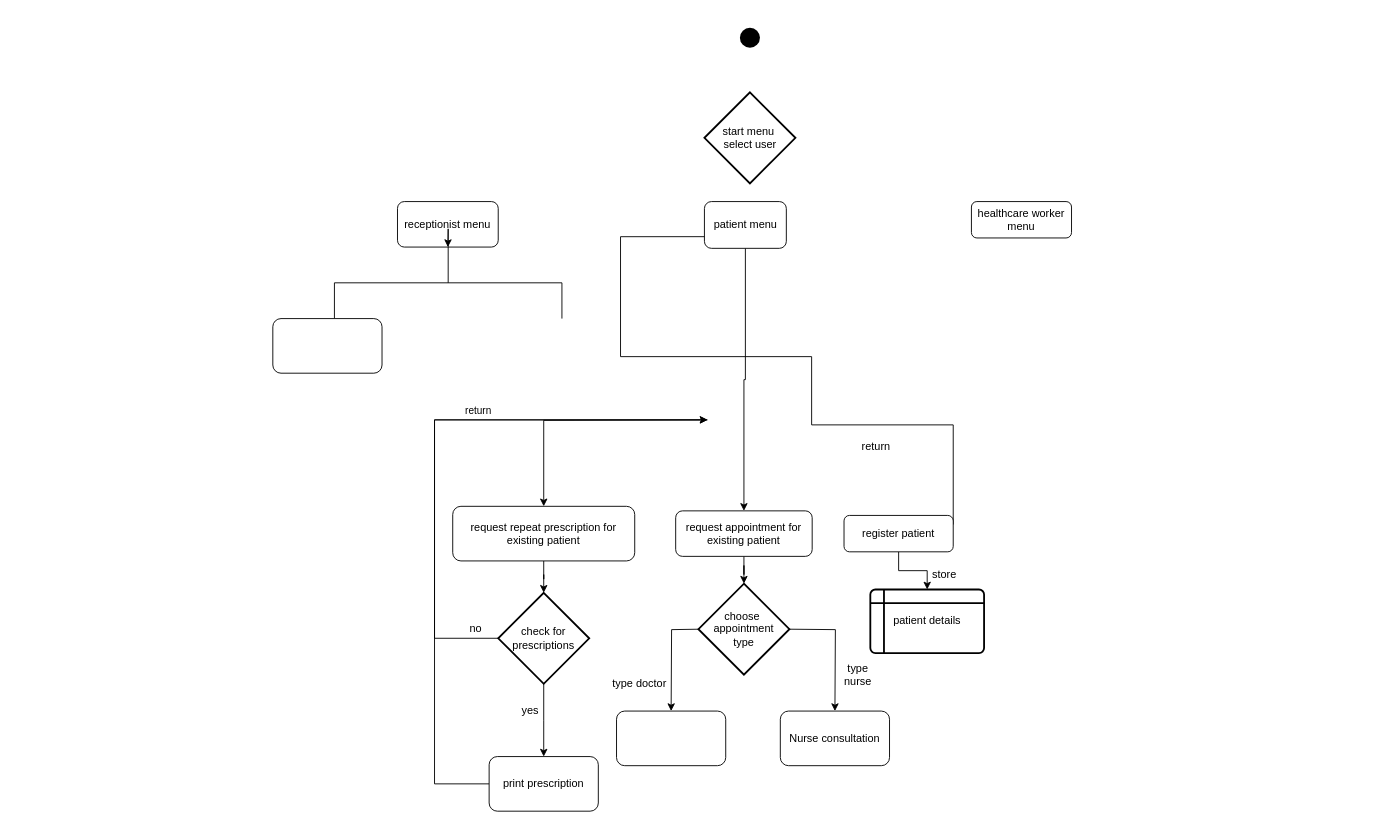
Richard-A-llen/Python keeps this draw.io diagram as Untitled Diagram.drawio. Above is the earlier version. Source tidied: cells renumbered, new cells numbered last; positions are measured from the earlier drawing's top-left corner, leaving out a move shared by most shapes. Both pictures are drawn from the tidied source at 91%, with x=0, y=0 at pixel (272, 19).
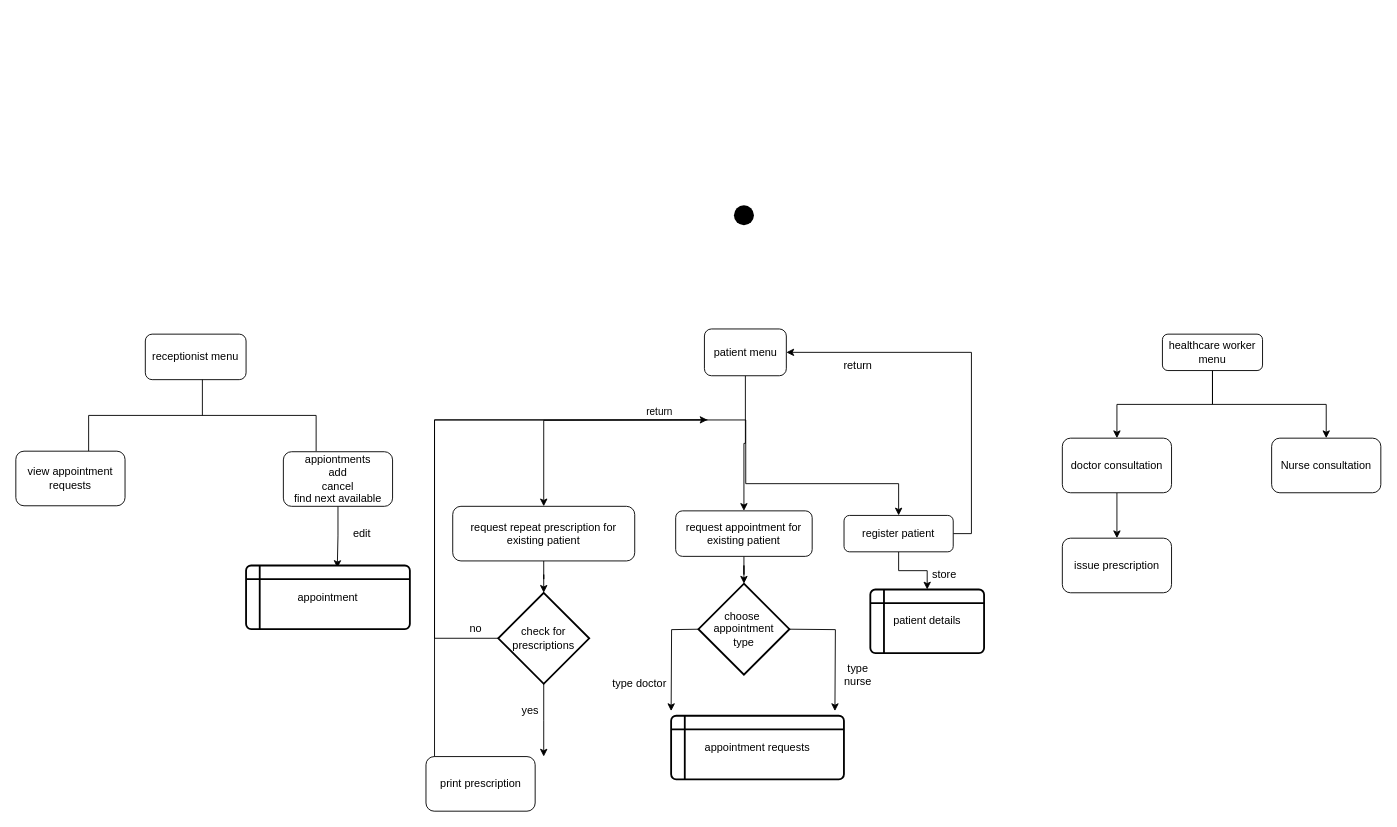
The same page after the edit.

Unchanged cells that the change refers to:
```xml
<mxCell id="4" value="register patient" style="rounded=1;whiteSpace=wrap;html=1;fontSize=12;glass=0;strokeWidth=1;shadow=0;" parent="1" vertex="1">
  <mxGeometry x="628" y="544.9" width="120" height="40" as="geometry" />
</mxCell>
<mxCell id="15" value="patient details" style="shape=internalStorage;whiteSpace=wrap;html=1;dx=15;dy=15;rounded=1;arcSize=8;strokeWidth=2;" parent="1" vertex="1">
  <mxGeometry x="656.9" y="626.3" width="125" height="70" as="geometry" />
</mxCell>
```

What changed in the source:
```diff
@@
+    <mxCell id="3" style="edgeStyle=orthogonalEdgeStyle;rounded=0;jettySize=auto;html=1;exitX=0.5;exitY=1;exitDx=0;exitDy=0;entryX=0.5;entryY=0;entryDx=0;entryDy=0;" parent="1" edge="1" source="4" target="15">
+      <mxGeometry relative="1" as="geometry" />
+    </mxCell>
-    <mxCell id="2" style="edgeStyle=orthogonalEdgeStyle;rounded=0;jettySize=auto;html=1;exitX=1;exitY=0.25;exitDx=0;exitDy=0;entryX=1;entryY=0.75;entryDx=0;entryDy=0;" parent="1" edge="1" source="4" target="29">
-      <mxGeometry relative="1" as="geometry">
-        <Array as="points">
-          <mxPoint x="592.4" y="445.4" />
-          <mxPoint x="592.4" y="370.4" />
-          <mxPoint x="382.4" y="370.4" />
-        </Array>
-      </mxGeometry>
+    <mxCell id="2" style="edgeStyle=orthogonalEdgeStyle;rounded=0;jettySize=auto;html=1;exitX=1;exitY=0.5;exitDx=0;exitDy=0;entryX=1;entryY=0.5;entryDx=0;entryDy=0;" parent="1" edge="1" source="4" target="29">
+      <mxGeometry relative="1" as="geometry" />
     </mxCell>
-    <mxCell id="3" style="edgeStyle=orthogonalEdgeStyle;rounded=0;jettySize=auto;html=1;exitX=0.5;exitY=1;exitDx=0;exitDy=0;entryX=0.5;entryY=0;entryDx=0;entryDy=0;" parent="1" edge="1" source="4" target="15">
-      <mxGeometry relative="1" as="geometry" />
-    </mxCell>
@@
     <mxCell id="7" value="Nurse consultation" style="rounded=1;whiteSpace=wrap;html=1;" parent="1" vertex="1">
-      <mxGeometry x="558" y="759.9" width="120" height="60" as="geometry" />
+      <mxGeometry x="1097.9" y="460" width="120" height="60" as="geometry" />
     </mxCell>
@@
+    <mxCell id="37" style="edgeStyle=orthogonalEdgeStyle;rounded=0;jettySize=auto;html=1;exitX=0.5;exitY=1;exitDx=0;exitDy=0;entryX=0.5;entryY=0;entryDx=0;entryDy=0;" parent="1" edge="1" source="10" target="44">
+      <mxGeometry relative="1" as="geometry" />
+    </mxCell>
-    <mxCell id="10" style="rounded=1;whiteSpace=wrap;html=1;" parent="1" vertex="1">
-      <mxGeometry x="378" y="759.9" width="120" height="60" as="geometry" />
+    <mxCell id="10" value="doctor consultation" style="rounded=1;whiteSpace=wrap;html=1;" parent="1" vertex="1">
+      <mxGeometry x="867.9" y="460" width="120" height="60" as="geometry" />
     </mxCell>
@@
     <mxCell id="19" value="return" style="text;html=1;align=center;verticalAlign=middle;strokeColor=none;fillColor=none;" parent="1" vertex="1">
-      <mxGeometry x="638" y="459.9" width="50" height="20" as="geometry" />
+      <mxGeometry x="618" y="371.4" width="50" height="20" as="geometry" />
     </mxCell>
@@
-    <mxCell id="24" style="edgeStyle=orthogonalEdgeStyle;rounded=0;jettySize=auto;html=1;exitX=0;exitY=0.5;exitDx=0;exitDy=0;" parent="1" edge="1" source="26">
+    <mxCell id="24" style="edgeStyle=orthogonalEdgeStyle;rounded=0;jettySize=auto;html=1;exitX=0;exitY=0.5;exitDx=0;exitDy=0;entryX=0.5;entryY=0;entryDx=0;entryDy=0;" parent="1" edge="1" target="4">
       <mxGeometry relative="1" as="geometry">
-        <mxPoint x="478" y="439.9" as="targetPoint" />
+        <mxPoint x="238" y="839.9" as="sourcePoint" />
         <Array as="points">
-          <mxPoint x="178" y="839.9" />
-          <mxPoint x="178" y="439.9" />
+          <mxPoint x="178" y="840" />
+          <mxPoint x="178" y="440" />
+          <mxPoint x="520" y="440" />
+          <mxPoint x="520" y="510" />
+          <mxPoint x="688" y="510" />
         </Array>
       </mxGeometry>
     </mxCell>
@@
     <mxCell id="26" value="print prescription" style="rounded=1;whiteSpace=wrap;html=1;" parent="1" vertex="1">
-      <mxGeometry x="238" y="809.9" width="120" height="60" as="geometry" />
+      <mxGeometry x="168.6" y="809.9" width="120" height="60" as="geometry" />
     </mxCell>
@@
     <mxCell id="29" value="patient menu" style="rounded=1;whiteSpace=wrap;html=1;" parent="1" vertex="1">
-      <mxGeometry x="474.6" y="200" width="90" height="51.4" as="geometry" />
+      <mxGeometry x="474.6" y="340" width="90" height="51.4" as="geometry" />
     </mxCell>
+    <mxCell id="38" style="edgeStyle=orthogonalEdgeStyle;rounded=0;jettySize=auto;html=1;exitX=0.5;exitY=1;exitDx=0;exitDy=0;entryX=0.5;entryY=0;entryDx=0;entryDy=0;" parent="1" edge="1" source="30" target="10">
+      <mxGeometry relative="1" as="geometry" />
+    </mxCell>
+    <mxCell id="39" style="edgeStyle=orthogonalEdgeStyle;rounded=0;jettySize=auto;html=1;exitX=0.5;exitY=1;exitDx=0;exitDy=0;entryX=0.5;entryY=0;entryDx=0;entryDy=0;" parent="1" edge="1" source="30" target="7">
+      <mxGeometry relative="1" as="geometry" />
+    </mxCell>
     <mxCell id="30" value="healthcare worker&lt;br&gt;menu" style="rounded=1;whiteSpace=wrap;html=1;" parent="1" vertex="1">
-      <mxGeometry x="768" y="200" width="110" height="40" as="geometry" />
+      <mxGeometry x="977.9" y="345.7" width="110" height="40" as="geometry" />
     </mxCell>
-    <mxCell id="31" value="&lt;span&gt;start menu&amp;nbsp;&lt;/span&gt;&lt;br&gt;&lt;span&gt;select user&lt;/span&gt;" style="strokeWidth=2;html=1;shape=mxgraph.flowchart.decision;whiteSpace=wrap;rounded=1;" parent="1" vertex="1">
-      <mxGeometry x="474.6" y="80" width="100" height="100" as="geometry" />
-    </mxCell>
     <mxCell id="32" style="shape=waypoint;sketch=0;size=6;fillColor=none;perimeter=centerPerimeter;rounded=1;strokeWidth=9;" parent="1" vertex="1">
-      <mxGeometry x="504.6" width="40" height="40" as="geometry" />
+      <mxGeometry x="498" y="195" width="40" height="40" as="geometry" />
     </mxCell>
     <mxCell id="33" value="receptionist menu" style="rounded=1;whiteSpace=wrap;html=1;strokeWidth=1;" parent="1" vertex="1">
-      <mxGeometry x="137.3" y="200" width="110.7" height="50" as="geometry" />
+      <mxGeometry x="-139.8" y="345.7" width="110.7" height="50" as="geometry" />
     </mxCell>
-    <mxCell id="34" style="edgeStyle=orthogonalEdgeStyle;rounded=0;jettySize=auto;html=1;" parent="1" edge="1" source="35" target="33">
-      <mxGeometry relative="1" as="geometry" />
-    </mxCell>
     <mxCell id="35" style="strokeWidth=1;html=1;shape=mxgraph.flowchart.annotation_2;align=left;labelPosition=right;rounded=1;direction=south;" parent="1" vertex="1">
-      <mxGeometry x="68" y="250" width="250" height="78.6" as="geometry" />
+      <mxGeometry x="-202.1" y="395.7" width="250" height="78.6" as="geometry" />
     </mxCell>
-    <mxCell id="36" style="rounded=1;whiteSpace=wrap;html=1;strokeWidth=1;" parent="1" vertex="1">
-      <mxGeometry x="0.3" y="328.6" width="120" height="60" as="geometry" />
-    </mxCell>
+    <mxCell id="40" style="edgeStyle=orthogonalEdgeStyle;rounded=0;jettySize=auto;html=1;exitX=0.5;exitY=1;exitDx=0;exitDy=0;entryX=0.557;entryY=0.039;entryDx=0;entryDy=0;entryPerimeter=0;" parent="1" edge="1" source="41" target="45">
+      <mxGeometry relative="1" as="geometry" />
+    </mxCell>
+    <mxCell id="41" value="appiontments&lt;br&gt;add&lt;br&gt;cancel&lt;br&gt;find next available" style="rounded=1;whiteSpace=wrap;html=1;" parent="1" vertex="1">
+      <mxGeometry x="11.9" y="474.9" width="120" height="60" as="geometry" />
+    </mxCell>
+    <mxCell id="42" value="appointment requests" style="shape=internalStorage;whiteSpace=wrap;html=1;dx=15;dy=15;rounded=1;arcSize=8;strokeWidth=2;" parent="1" vertex="1">
+      <mxGeometry x="438" y="765" width="189.9" height="70" as="geometry" />
+    </mxCell>
+    <mxCell id="43" value="view appointment&lt;br&gt;requests" style="rounded=1;whiteSpace=wrap;html=1;" parent="1" vertex="1">
+      <mxGeometry x="-282.1" y="474.3" width="120" height="60" as="geometry" />
+    </mxCell>
+    <mxCell id="44" value="issue prescription" style="rounded=1;whiteSpace=wrap;html=1;" parent="1" vertex="1">
+      <mxGeometry x="867.9" y="569.9" width="120" height="60" as="geometry" />
+    </mxCell>
+    <mxCell id="45" value="appointment" style="shape=internalStorage;whiteSpace=wrap;html=1;dx=15;dy=15;rounded=1;arcSize=8;strokeWidth=2;" parent="1" vertex="1">
+      <mxGeometry x="-29.1" y="599.9" width="180" height="70" as="geometry" />
+    </mxCell>
+    <mxCell id="46" value="edit" style="text;html=1;align=center;verticalAlign=middle;strokeColor=none;fillColor=none;" parent="1" vertex="1">
+      <mxGeometry x="82.9" y="555" width="30" height="20" as="geometry" />
+    </mxCell>
```
